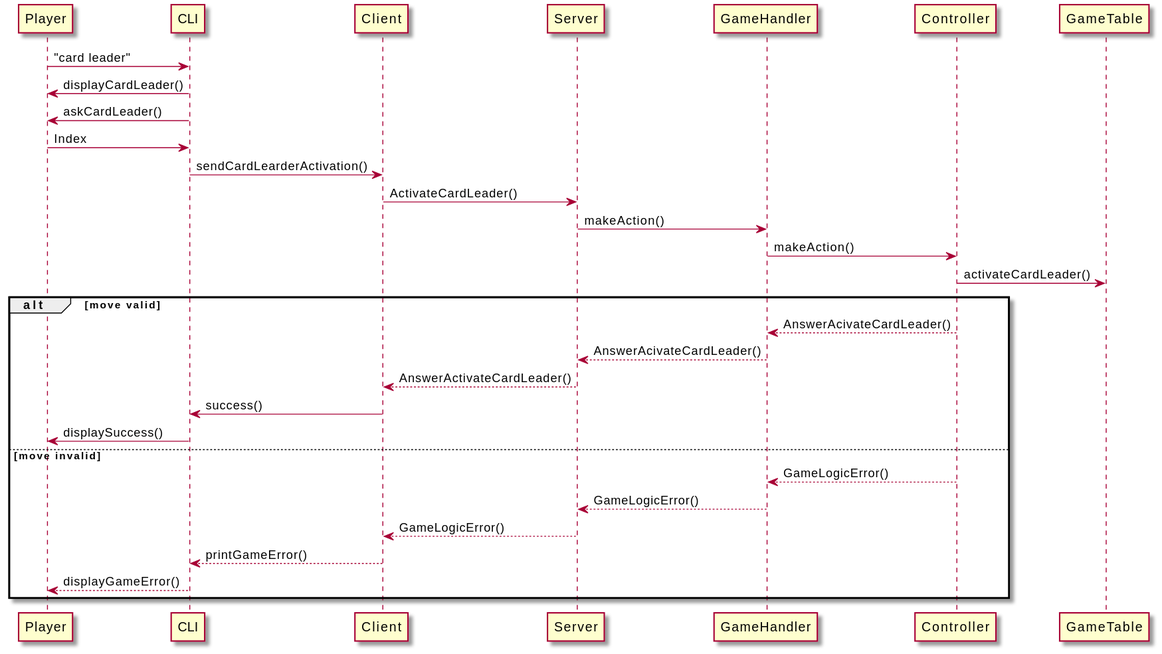
Before: InitialSqDiagram/leader.svg, a diagram exported from PlantUML (marcofasa/ing-sw-2021-Fasanella-Maggioni-Manini).
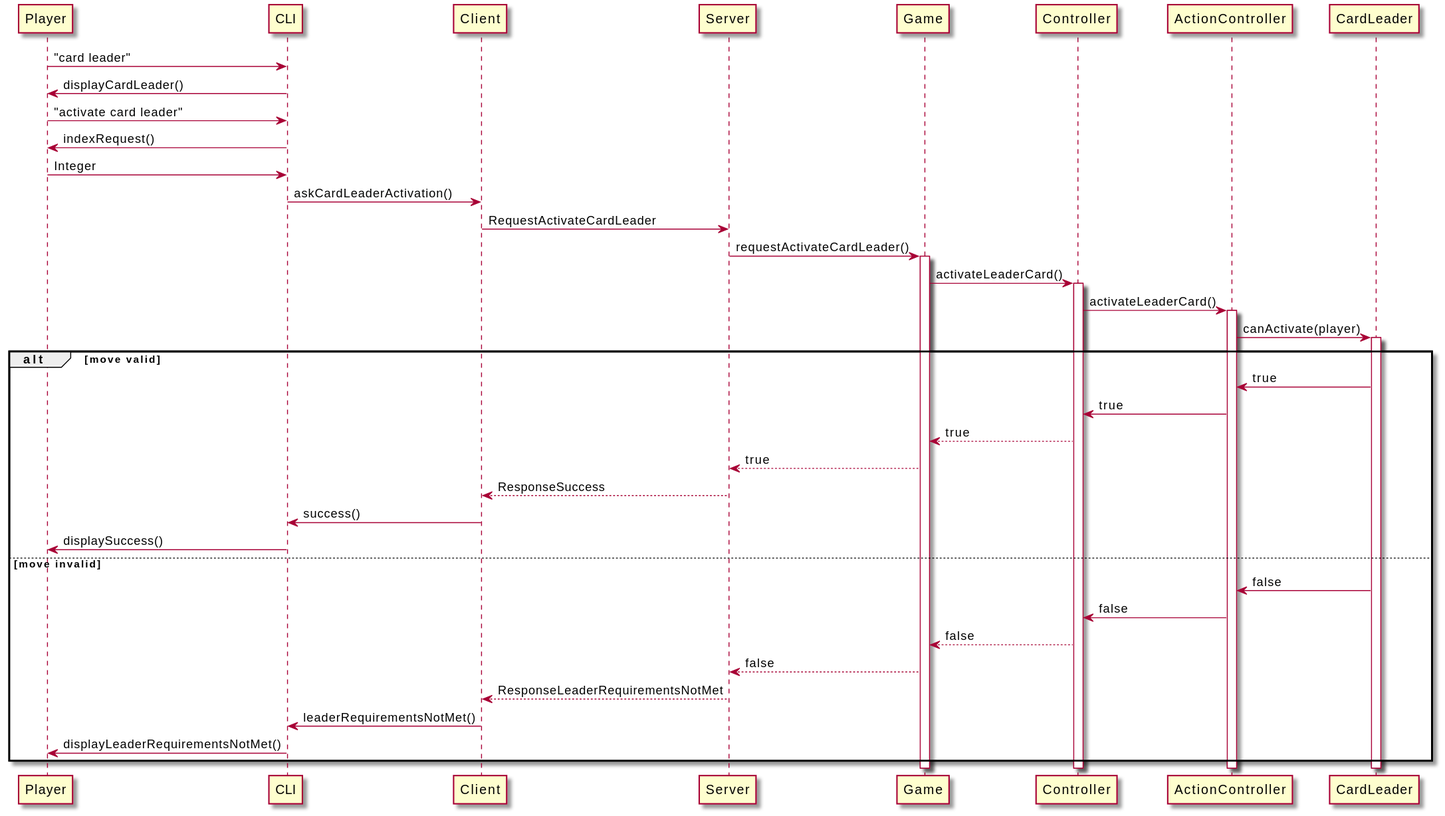
Above is the later version.

Diff of the diagram source:
```diff
@@ -1,31 +1,39 @@
 @startuml
 Player-> CLI: "card leader"
 Player<- CLI: displayCardLeader()
-Player<- CLI: askCardLeader()
-Player -> CLI: Index
-CLI-> Client: sendCardLearderActivation()
-Client-> Server: ActivateCardLeader()
+Player-> CLI: "activate card leader"
+Player<- CLI: indexRequest()
+Player -> CLI: Integer
+CLI-> Client: askCardLeaderActivation()
+Client-> Server: RequestActivateCardLeader
+Server-> Game: requestActivateCardLeader()
+             activate Game
 
-Server-> GameHandler: makeAction()
-
-GameHandler-> Controller: makeAction()
-
-Controller-> GameTable: activateCardLeader()
+            Game-> Controller: activateLeaderCard()
+            activate Controller
+            Controller-> ActionController: activateLeaderCard()
+            activate ActionController
+            ActionController-> CardLeader: canActivate(player)
+            activate CardLeader
 
 alt move valid
-    GameHandler<-- Controller: AnswerAcivateCardLeader()
-    Server<-- GameHandler: AnswerAcivateCardLeader()
-    Client<-- Server: AnswerActivateCardLeader()
+    ActionController <- CardLeader: true
+    Controller<-ActionController: true
+    Game<-- Controller: true
+    Server<-- Game: true
+    Client<-- Server: ResponseSuccess
     CLI<- Client: success()
     Player<- CLI: displaySuccess()
 
 
 else move invalid
-    GameHandler<-- Controller: GameLogicError()
-    Server<-- GameHandler: GameLogicError()
-    Client<-- Server: GameLogicError()
-    CLI <-- Client: printGameError()
-    Player <-- CLI: displayGameError()
+    ActionController <- CardLeader: false
+    Controller<-ActionController: false
+    Game<-- Controller: false
+    Server<-- Game: false
+    Client<-- Server: ResponseLeaderRequirementsNotMet
+    CLI<- Client: leaderRequirementsNotMet()
+    Player<- CLI: displayLeaderRequirementsNotMet()
 
 end
 @enduml
```
